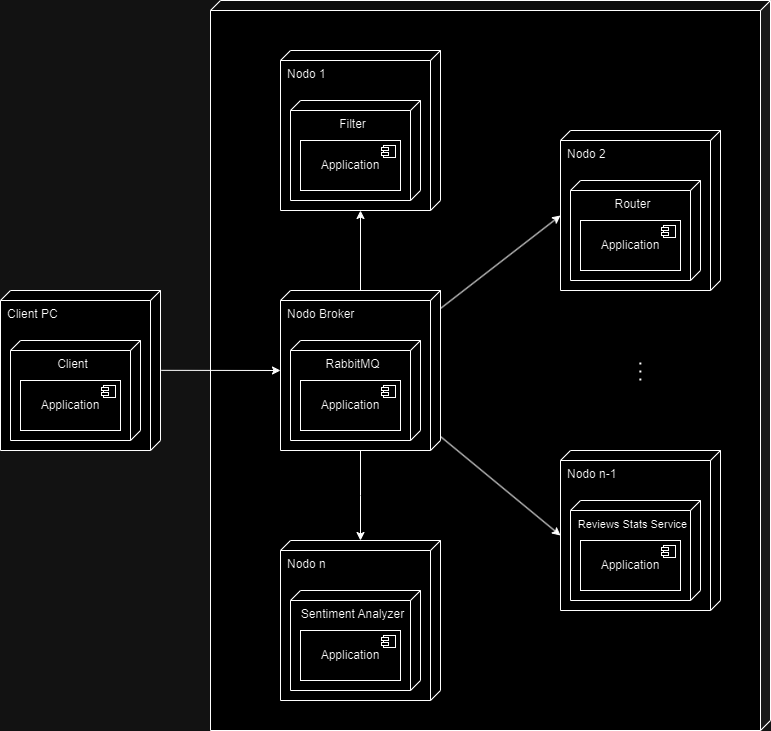
Above: images/diagrama_despliegue.png in clezious/sistemas-distribuidos-tp1 (draw.io), before the change. Source tidied: cells renumbered, new cells last; positions are measured from the earlier drawing's top-left corner, leaving out a move shared by most shapes.
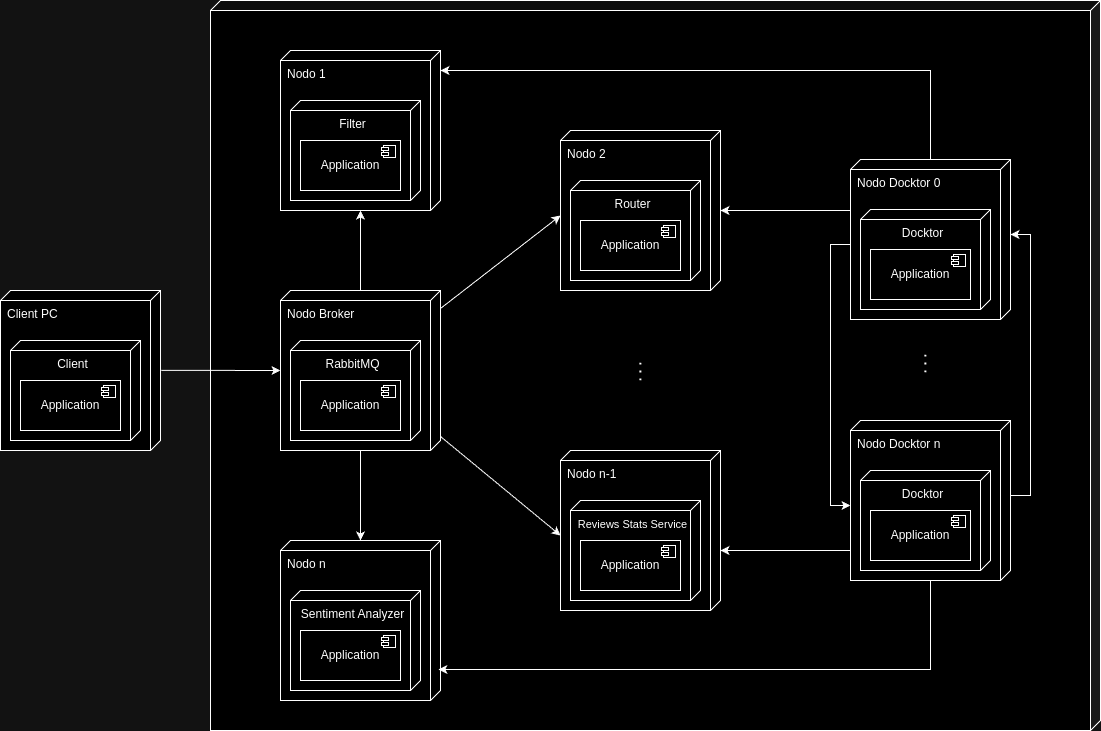
Above is the later version.

Diff of the diagram source:
```diff
@@ -2,8 +2,8 @@
   <root>
-    <mxCell id="0" />
-    <mxCell id="1" parent="0" />
-    <mxCell id="2" style="shape=cube;whiteSpace=wrap;html=1;boundedLbl=1;backgroundOutline=1;darkOpacity=0.05;darkOpacity2=0.1;size=10;flipH=1;" parent="1" vertex="1">
-      <mxGeometry x="210" width="560" height="730" as="geometry" />
-    </mxCell>
+    <mxCell id="63" />
+    <mxCell id="64" parent="63" />
+    <mxCell id="65" style="shape=cube;whiteSpace=wrap;html=1;boundedLbl=1;backgroundOutline=1;darkOpacity=0.05;darkOpacity2=0.1;size=10;flipH=1;" parent="64" vertex="1">
+      <mxGeometry x="210" width="890" height="730" as="geometry" />
+    </mxCell>
-    <mxCell id="3" style="group;" parent="1" vertex="1">
+    <mxCell id="3" style="group;" parent="64" vertex="1">
       <mxGeometry x="280" y="290" width="160" height="160" as="geometry" />
@@ -18,21 +18,21 @@
     </mxCell>
-    <mxCell id="6" style="group;" parent="4" vertex="1">
-      <mxGeometry x="20" y="90" width="100" height="50" as="geometry" />
-    </mxCell>
-    <mxCell id="7" value="Application" style="rounded=0;whiteSpace=wrap;html=1;" parent="6" vertex="1">
-      <mxGeometry width="100" height="50" as="geometry" />
-    </mxCell>
-    <mxCell id="8" style="group;" parent="6" vertex="1">
-      <mxGeometry x="81" y="5" width="14" height="12" as="geometry" />
-    </mxCell>
-    <mxCell id="9" style="rounded=0;whiteSpace=wrap;html=1;" parent="8" vertex="1">
-      <mxGeometry x="2" width="12" height="12" as="geometry" />
-    </mxCell>
-    <mxCell id="10" style="rounded=0;whiteSpace=wrap;html=1;" parent="8" vertex="1">
-      <mxGeometry y="7" width="7" height="3" as="geometry" />
-    </mxCell>
-    <mxCell id="11" style="rounded=0;whiteSpace=wrap;html=1;" parent="8" vertex="1">
-      <mxGeometry y="2" width="7" height="3" as="geometry" />
-    </mxCell>
+    <mxCell id="66" style="group;" parent="4" vertex="1">
+      <mxGeometry x="20" y="90" width="100" height="50" as="geometry" />
+    </mxCell>
+    <mxCell id="67" value="Application" style="rounded=0;whiteSpace=wrap;html=1;" parent="66" vertex="1">
+      <mxGeometry width="100" height="50" as="geometry" />
+    </mxCell>
+    <mxCell id="68" style="group;" parent="66" vertex="1">
+      <mxGeometry x="81" y="5" width="14" height="12" as="geometry" />
+    </mxCell>
+    <mxCell id="69" style="rounded=0;whiteSpace=wrap;html=1;" parent="68" vertex="1">
+      <mxGeometry x="2" width="12" height="12" as="geometry" />
+    </mxCell>
+    <mxCell id="70" style="rounded=0;whiteSpace=wrap;html=1;" parent="68" vertex="1">
+      <mxGeometry y="7" width="7" height="3" as="geometry" />
+    </mxCell>
+    <mxCell id="71" style="rounded=0;whiteSpace=wrap;html=1;" parent="68" vertex="1">
+      <mxGeometry y="2" width="7" height="3" as="geometry" />
+    </mxCell>
-    <mxCell id="12" style="group;" parent="1" vertex="1">
+    <mxCell id="12" style="group;" parent="64" vertex="1">
       <mxGeometry y="290" width="160" height="160" as="geometry" />
@@ -47,21 +47,21 @@
     </mxCell>
-    <mxCell id="15" style="group;" parent="13" vertex="1">
-      <mxGeometry x="20" y="90" width="100" height="50" as="geometry" />
-    </mxCell>
-    <mxCell id="16" value="Application" style="rounded=0;whiteSpace=wrap;html=1;" parent="15" vertex="1">
-      <mxGeometry width="100" height="50" as="geometry" />
-    </mxCell>
-    <mxCell id="17" style="group;" parent="15" vertex="1">
-      <mxGeometry x="81" y="5" width="14" height="12" as="geometry" />
-    </mxCell>
-    <mxCell id="18" style="rounded=0;whiteSpace=wrap;html=1;" parent="17" vertex="1">
-      <mxGeometry x="2" width="12" height="12" as="geometry" />
-    </mxCell>
-    <mxCell id="19" style="rounded=0;whiteSpace=wrap;html=1;" parent="17" vertex="1">
-      <mxGeometry y="7" width="7" height="3" as="geometry" />
-    </mxCell>
-    <mxCell id="20" style="rounded=0;whiteSpace=wrap;html=1;" parent="17" vertex="1">
-      <mxGeometry y="2" width="7" height="3" as="geometry" />
-    </mxCell>
+    <mxCell id="72" style="group;" parent="13" vertex="1">
+      <mxGeometry x="20" y="90" width="100" height="50" as="geometry" />
+    </mxCell>
+    <mxCell id="73" value="Application" style="rounded=0;whiteSpace=wrap;html=1;" parent="72" vertex="1">
+      <mxGeometry width="100" height="50" as="geometry" />
+    </mxCell>
+    <mxCell id="74" style="group;" parent="72" vertex="1">
+      <mxGeometry x="81" y="5" width="14" height="12" as="geometry" />
+    </mxCell>
+    <mxCell id="75" style="rounded=0;whiteSpace=wrap;html=1;" parent="74" vertex="1">
+      <mxGeometry x="2" width="12" height="12" as="geometry" />
+    </mxCell>
+    <mxCell id="76" style="rounded=0;whiteSpace=wrap;html=1;" parent="74" vertex="1">
+      <mxGeometry y="7" width="7" height="3" as="geometry" />
+    </mxCell>
+    <mxCell id="77" style="rounded=0;whiteSpace=wrap;html=1;" parent="74" vertex="1">
+      <mxGeometry y="2" width="7" height="3" as="geometry" />
+    </mxCell>
-    <mxCell id="21" style="group;" parent="1" vertex="1">
+    <mxCell id="21" style="group;" parent="64" vertex="1">
       <mxGeometry x="560" y="130" width="160" height="160" as="geometry" />
@@ -76,21 +76,21 @@
     </mxCell>
-    <mxCell id="24" style="group;" parent="22" vertex="1">
-      <mxGeometry x="20" y="90" width="100" height="50" as="geometry" />
-    </mxCell>
-    <mxCell id="25" value="Application" style="rounded=0;whiteSpace=wrap;html=1;" parent="24" vertex="1">
-      <mxGeometry width="100" height="50" as="geometry" />
-    </mxCell>
-    <mxCell id="26" style="group;" parent="24" vertex="1">
-      <mxGeometry x="81" y="5" width="14" height="12" as="geometry" />
-    </mxCell>
-    <mxCell id="27" style="rounded=0;whiteSpace=wrap;html=1;" parent="26" vertex="1">
-      <mxGeometry x="2" width="12" height="12" as="geometry" />
-    </mxCell>
-    <mxCell id="28" style="rounded=0;whiteSpace=wrap;html=1;" parent="26" vertex="1">
-      <mxGeometry y="7" width="7" height="3" as="geometry" />
-    </mxCell>
-    <mxCell id="29" style="rounded=0;whiteSpace=wrap;html=1;" parent="26" vertex="1">
-      <mxGeometry y="2" width="7" height="3" as="geometry" />
-    </mxCell>
+    <mxCell id="78" style="group;" parent="22" vertex="1">
+      <mxGeometry x="20" y="90" width="100" height="50" as="geometry" />
+    </mxCell>
+    <mxCell id="79" value="Application" style="rounded=0;whiteSpace=wrap;html=1;" parent="78" vertex="1">
+      <mxGeometry width="100" height="50" as="geometry" />
+    </mxCell>
+    <mxCell id="80" style="group;" parent="78" vertex="1">
+      <mxGeometry x="81" y="5" width="14" height="12" as="geometry" />
+    </mxCell>
+    <mxCell id="81" style="rounded=0;whiteSpace=wrap;html=1;" parent="80" vertex="1">
+      <mxGeometry x="2" width="12" height="12" as="geometry" />
+    </mxCell>
+    <mxCell id="82" style="rounded=0;whiteSpace=wrap;html=1;" parent="80" vertex="1">
+      <mxGeometry y="7" width="7" height="3" as="geometry" />
+    </mxCell>
+    <mxCell id="83" style="rounded=0;whiteSpace=wrap;html=1;" parent="80" vertex="1">
+      <mxGeometry y="2" width="7" height="3" as="geometry" />
+    </mxCell>
-    <mxCell id="30" style="group;" parent="1" vertex="1">
+    <mxCell id="30" style="group;" parent="64" vertex="1">
       <mxGeometry x="280" y="50" width="160" height="160" as="geometry" />
@@ -105,21 +105,21 @@
     </mxCell>
-    <mxCell id="33" style="group;" parent="31" vertex="1">
-      <mxGeometry x="20" y="90" width="100" height="50" as="geometry" />
-    </mxCell>
-    <mxCell id="34" value="Application" style="rounded=0;whiteSpace=wrap;html=1;" parent="33" vertex="1">
-      <mxGeometry width="100" height="50" as="geometry" />
-    </mxCell>
-    <mxCell id="35" style="group;" parent="33" vertex="1">
-      <mxGeometry x="81" y="5" width="14" height="12" as="geometry" />
-    </mxCell>
-    <mxCell id="36" style="rounded=0;whiteSpace=wrap;html=1;" parent="35" vertex="1">
-      <mxGeometry x="2" width="12" height="12" as="geometry" />
-    </mxCell>
-    <mxCell id="37" style="rounded=0;whiteSpace=wrap;html=1;" parent="35" vertex="1">
-      <mxGeometry y="7" width="7" height="3" as="geometry" />
-    </mxCell>
-    <mxCell id="38" style="rounded=0;whiteSpace=wrap;html=1;" parent="35" vertex="1">
-      <mxGeometry y="2" width="7" height="3" as="geometry" />
-    </mxCell>
+    <mxCell id="84" style="group;" parent="31" vertex="1">
+      <mxGeometry x="20" y="90" width="100" height="50" as="geometry" />
+    </mxCell>
+    <mxCell id="85" value="Application" style="rounded=0;whiteSpace=wrap;html=1;" parent="84" vertex="1">
+      <mxGeometry width="100" height="50" as="geometry" />
+    </mxCell>
+    <mxCell id="86" style="group;" parent="84" vertex="1">
+      <mxGeometry x="81" y="5" width="14" height="12" as="geometry" />
+    </mxCell>
+    <mxCell id="87" style="rounded=0;whiteSpace=wrap;html=1;" parent="86" vertex="1">
+      <mxGeometry x="2" width="12" height="12" as="geometry" />
+    </mxCell>
+    <mxCell id="88" style="rounded=0;whiteSpace=wrap;html=1;" parent="86" vertex="1">
+      <mxGeometry y="7" width="7" height="3" as="geometry" />
+    </mxCell>
+    <mxCell id="89" style="rounded=0;whiteSpace=wrap;html=1;" parent="86" vertex="1">
+      <mxGeometry y="2" width="7" height="3" as="geometry" />
+    </mxCell>
-    <mxCell id="39" style="group;" parent="1" vertex="1">
+    <mxCell id="39" style="group;" parent="64" vertex="1">
       <mxGeometry x="280" y="540" width="160" height="160" as="geometry" />
@@ -134,21 +134,21 @@
     </mxCell>
-    <mxCell id="42" style="group;" parent="40" vertex="1">
-      <mxGeometry x="20" y="90" width="100" height="50" as="geometry" />
-    </mxCell>
-    <mxCell id="43" value="Application" style="rounded=0;whiteSpace=wrap;html=1;" parent="42" vertex="1">
-      <mxGeometry width="100" height="50" as="geometry" />
-    </mxCell>
-    <mxCell id="44" style="group;" parent="42" vertex="1">
-      <mxGeometry x="81" y="5" width="14" height="12" as="geometry" />
-    </mxCell>
-    <mxCell id="45" style="rounded=0;whiteSpace=wrap;html=1;" parent="44" vertex="1">
-      <mxGeometry x="2" width="12" height="12" as="geometry" />
-    </mxCell>
-    <mxCell id="46" style="rounded=0;whiteSpace=wrap;html=1;" parent="44" vertex="1">
-      <mxGeometry y="7" width="7" height="3" as="geometry" />
-    </mxCell>
-    <mxCell id="47" style="rounded=0;whiteSpace=wrap;html=1;" parent="44" vertex="1">
-      <mxGeometry y="2" width="7" height="3" as="geometry" />
-    </mxCell>
+    <mxCell id="90" style="group;" parent="40" vertex="1">
+      <mxGeometry x="20" y="90" width="100" height="50" as="geometry" />
+    </mxCell>
+    <mxCell id="91" value="Application" style="rounded=0;whiteSpace=wrap;html=1;" parent="90" vertex="1">
+      <mxGeometry width="100" height="50" as="geometry" />
+    </mxCell>
+    <mxCell id="92" style="group;" parent="90" vertex="1">
+      <mxGeometry x="81" y="5" width="14" height="12" as="geometry" />
+    </mxCell>
+    <mxCell id="93" style="rounded=0;whiteSpace=wrap;html=1;" parent="92" vertex="1">
+      <mxGeometry x="2" width="12" height="12" as="geometry" />
+    </mxCell>
+    <mxCell id="94" style="rounded=0;whiteSpace=wrap;html=1;" parent="92" vertex="1">
+      <mxGeometry y="7" width="7" height="3" as="geometry" />
+    </mxCell>
+    <mxCell id="95" style="rounded=0;whiteSpace=wrap;html=1;" parent="92" vertex="1">
+      <mxGeometry y="2" width="7" height="3" as="geometry" />
+    </mxCell>
-    <mxCell id="48" style="group;" parent="1" vertex="1">
+    <mxCell id="48" style="group;" parent="64" vertex="1">
       <mxGeometry x="560" y="450" width="160" height="160" as="geometry" />
@@ -163,50 +163,150 @@
     </mxCell>
-    <mxCell id="51" style="group;" parent="49" vertex="1">
-      <mxGeometry x="20" y="90" width="100" height="50" as="geometry" />
-    </mxCell>
-    <mxCell id="52" value="Application" style="rounded=0;whiteSpace=wrap;html=1;" parent="51" vertex="1">
-      <mxGeometry width="100" height="50" as="geometry" />
-    </mxCell>
-    <mxCell id="53" style="group;" parent="51" vertex="1">
-      <mxGeometry x="81" y="5" width="14" height="12" as="geometry" />
-    </mxCell>
-    <mxCell id="54" style="rounded=0;whiteSpace=wrap;html=1;" parent="53" vertex="1">
-      <mxGeometry x="2" width="12" height="12" as="geometry" />
-    </mxCell>
-    <mxCell id="55" style="rounded=0;whiteSpace=wrap;html=1;" parent="53" vertex="1">
-      <mxGeometry y="7" width="7" height="3" as="geometry" />
-    </mxCell>
-    <mxCell id="56" style="rounded=0;whiteSpace=wrap;html=1;" parent="53" vertex="1">
-      <mxGeometry y="2" width="7" height="3" as="geometry" />
-    </mxCell>
-    <mxCell id="57" style="rounded=0;jettySize=auto;html=1;exitX=0.499;exitY=-0.005;exitDx=0;exitDy=0;exitPerimeter=0;" parent="1" edge="1" source="13">
-      <mxGeometry relative="1" as="geometry">
-        <mxPoint x="280" y="370" as="targetPoint" />
-      </mxGeometry>
-    </mxCell>
-    <mxCell id="58" style="edgeStyle=orthogonalEdgeStyle;rounded=0;jettySize=auto;html=1;" parent="1" edge="1" source="4">
-      <mxGeometry relative="1" as="geometry">
-        <mxPoint x="360" y="210" as="targetPoint" />
-        <Array as="points">
-          <mxPoint x="360" y="210" />
-        </Array>
-      </mxGeometry>
-    </mxCell>
-    <mxCell id="59" style="endArrow=none;dashed=1;html=1;dashPattern=1 3;strokeWidth=2;rounded=0;" parent="1" edge="1">
-      <mxGeometry relative="1" as="geometry">
-        <mxPoint x="639.9" y="380" as="sourcePoint" />
-        <mxPoint x="639.9" y="360" as="targetPoint" />
-      </mxGeometry>
-    </mxCell>
-    <mxCell id="60" style="edgeStyle=orthogonalEdgeStyle;rounded=0;jettySize=auto;html=1;" parent="1" edge="1" source="4">
-      <mxGeometry relative="1" as="geometry">
-        <mxPoint x="360" y="540" as="targetPoint" />
-      </mxGeometry>
-    </mxCell>
+    <mxCell id="96" style="group;" parent="49" vertex="1">
+      <mxGeometry x="20" y="90" width="100" height="50" as="geometry" />
+    </mxCell>
+    <mxCell id="97" value="Application" style="rounded=0;whiteSpace=wrap;html=1;" parent="96" vertex="1">
+      <mxGeometry width="100" height="50" as="geometry" />
+    </mxCell>
+    <mxCell id="98" style="group;" parent="96" vertex="1">
+      <mxGeometry x="81" y="5" width="14" height="12" as="geometry" />
+    </mxCell>
+    <mxCell id="99" style="rounded=0;whiteSpace=wrap;html=1;" parent="98" vertex="1">
+      <mxGeometry x="2" width="12" height="12" as="geometry" />
+    </mxCell>
+    <mxCell id="100" style="rounded=0;whiteSpace=wrap;html=1;" parent="98" vertex="1">
+      <mxGeometry y="7" width="7" height="3" as="geometry" />
+    </mxCell>
+    <mxCell id="101" style="rounded=0;whiteSpace=wrap;html=1;" parent="98" vertex="1">
+      <mxGeometry y="2" width="7" height="3" as="geometry" />
+    </mxCell>
+    <mxCell id="102" style="rounded=0;jettySize=auto;html=1;exitX=0.499;exitY=-0.005;exitDx=0;exitDy=0;exitPerimeter=0;" parent="64" edge="1" source="13">
+      <mxGeometry relative="1" as="geometry">
+        <mxPoint x="280" y="370" as="targetPoint" />
+      </mxGeometry>
+    </mxCell>
+    <mxCell id="103" style="edgeStyle=orthogonalEdgeStyle;rounded=0;jettySize=auto;html=1;" parent="64" edge="1" source="4">
+      <mxGeometry relative="1" as="geometry">
+        <mxPoint x="360" y="210" as="targetPoint" />
+        <Array as="points">
+          <mxPoint x="360" y="210" />
+        </Array>
+      </mxGeometry>
+    </mxCell>
+    <mxCell id="104" style="endArrow=none;dashed=1;html=1;dashPattern=1 3;strokeWidth=2;rounded=0;" parent="64" edge="1">
+      <mxGeometry relative="1" as="geometry">
+        <mxPoint x="639.9" y="380" as="sourcePoint" />
+        <mxPoint x="639.9" y="360" as="targetPoint" />
+      </mxGeometry>
+    </mxCell>
+    <mxCell id="105" style="edgeStyle=orthogonalEdgeStyle;rounded=0;jettySize=auto;html=1;" parent="64" edge="1" source="4">
+      <mxGeometry relative="1" as="geometry">
+        <mxPoint x="360" y="540" as="targetPoint" />
+      </mxGeometry>
+    </mxCell>
-    <mxCell id="61" style="edgeStyle=none;rounded=0;jettySize=auto;html=1;entryX=0;entryY=0;entryDx=85;entryDy=160;entryPerimeter=0;" parent="1" edge="1" source="4" target="22">
+    <mxCell id="61" style="edgeStyle=none;rounded=0;jettySize=auto;html=1;entryX=0;entryY=0;entryDx=85;entryDy=160;entryPerimeter=0;" parent="64" edge="1" source="4" target="22">
       <mxGeometry relative="1" as="geometry" />
     </mxCell>
-    <mxCell id="62" style="edgeStyle=none;rounded=0;jettySize=auto;html=1;entryX=0;entryY=0;entryDx=85;entryDy=160;entryPerimeter=0;" parent="1" edge="1" source="4" target="49">
+    <mxCell id="62" style="edgeStyle=none;rounded=0;jettySize=auto;html=1;entryX=0;entryY=0;entryDx=85;entryDy=160;entryPerimeter=0;" parent="64" edge="1" source="4" target="49">
       <mxGeometry relative="1" as="geometry" />
     </mxCell>
+    <mxCell id="106" style="group;" parent="64" vertex="1">
+      <mxGeometry x="850" y="159" width="160" height="160" as="geometry" />
+    </mxCell>
+    <mxCell id="107" value="Nodo Docktor 0" style="verticalAlign=top;align=left;shape=cube;size=10;direction=south;fontStyle=0;html=1;boundedLbl=1;spacingLeft=5;whiteSpace=wrap;" parent="106" vertex="1">
+      <mxGeometry width="160" height="160" as="geometry" />
+    </mxCell>
+    <mxCell id="108" value="Docktor" style="verticalAlign=top;align=center;shape=cube;size=10;direction=south;html=1;boundedLbl=1;spacingLeft=5;whiteSpace=wrap;" parent="107" vertex="1">
+      <mxGeometry width="130" height="100" relative="1" as="geometry">
+        <mxPoint x="10" y="50" as="offset" />
+      </mxGeometry>
+    </mxCell>
+    <mxCell id="109" style="group;" parent="107" vertex="1">
+      <mxGeometry x="20" y="90" width="100" height="50" as="geometry" />
+    </mxCell>
+    <mxCell id="110" value="Application" style="rounded=0;whiteSpace=wrap;html=1;" parent="109" vertex="1">
+      <mxGeometry width="100" height="50" as="geometry" />
+    </mxCell>
+    <mxCell id="111" style="group;" parent="109" vertex="1">
+      <mxGeometry x="81" y="5" width="14" height="12" as="geometry" />
+    </mxCell>
+    <mxCell id="112" style="rounded=0;whiteSpace=wrap;html=1;" parent="111" vertex="1">
+      <mxGeometry x="2" width="12" height="12" as="geometry" />
+    </mxCell>
+    <mxCell id="113" style="rounded=0;whiteSpace=wrap;html=1;" parent="111" vertex="1">
+      <mxGeometry y="7" width="7" height="3" as="geometry" />
+    </mxCell>
+    <mxCell id="114" style="rounded=0;whiteSpace=wrap;html=1;" parent="111" vertex="1">
+      <mxGeometry y="2" width="7" height="3" as="geometry" />
+    </mxCell>
+    <mxCell id="115" style="group;" parent="64" vertex="1">
+      <mxGeometry x="850" y="420" width="160" height="160" as="geometry" />
+    </mxCell>
+    <mxCell id="116" value="Nodo Docktor n" style="verticalAlign=top;align=left;shape=cube;size=10;direction=south;fontStyle=0;html=1;boundedLbl=1;spacingLeft=5;whiteSpace=wrap;" parent="115" vertex="1">
+      <mxGeometry width="160" height="160" as="geometry" />
+    </mxCell>
+    <mxCell id="117" value="Docktor" style="verticalAlign=top;align=center;shape=cube;size=10;direction=south;html=1;boundedLbl=1;spacingLeft=5;whiteSpace=wrap;" parent="116" vertex="1">
+      <mxGeometry width="130" height="100" relative="1" as="geometry">
+        <mxPoint x="10" y="50" as="offset" />
+      </mxGeometry>
+    </mxCell>
+    <mxCell id="118" style="group;" parent="116" vertex="1">
+      <mxGeometry x="20" y="90" width="100" height="50" as="geometry" />
+    </mxCell>
+    <mxCell id="119" value="Application" style="rounded=0;whiteSpace=wrap;html=1;" parent="118" vertex="1">
+      <mxGeometry width="100" height="50" as="geometry" />
+    </mxCell>
+    <mxCell id="120" style="group;" parent="118" vertex="1">
+      <mxGeometry x="81" y="5" width="14" height="12" as="geometry" />
+    </mxCell>
+    <mxCell id="121" style="rounded=0;whiteSpace=wrap;html=1;" parent="120" vertex="1">
+      <mxGeometry x="2" width="12" height="12" as="geometry" />
+    </mxCell>
+    <mxCell id="122" style="rounded=0;whiteSpace=wrap;html=1;" parent="120" vertex="1">
+      <mxGeometry y="7" width="7" height="3" as="geometry" />
+    </mxCell>
+    <mxCell id="123" style="rounded=0;whiteSpace=wrap;html=1;" parent="120" vertex="1">
+      <mxGeometry y="2" width="7" height="3" as="geometry" />
+    </mxCell>
+    <mxCell id="124" style="endArrow=none;dashed=1;html=1;dashPattern=1 3;strokeWidth=2;rounded=0;" parent="64" edge="1">
+      <mxGeometry relative="1" as="geometry">
+        <mxPoint x="924.9" y="372" as="sourcePoint" />
+        <mxPoint x="924.9" y="352" as="targetPoint" />
+      </mxGeometry>
+    </mxCell>
+    <mxCell id="125" style="edgeStyle=orthogonalEdgeStyle;rounded=0;jettySize=auto;html=1;" parent="64" edge="1" source="107" target="31">
+      <mxGeometry relative="1" as="geometry">
+        <Array as="points">
+          <mxPoint x="930" y="70" />
+        </Array>
+      </mxGeometry>
+    </mxCell>
+    <mxCell id="126" style="edgeStyle=orthogonalEdgeStyle;rounded=0;jettySize=auto;html=1;" parent="64" edge="1" source="107" target="22">
+      <mxGeometry relative="1" as="geometry">
+        <Array as="points">
+          <mxPoint x="810" y="210" />
+          <mxPoint x="810" y="210" />
+        </Array>
+      </mxGeometry>
+    </mxCell>
+    <mxCell id="127" style="edgeStyle=orthogonalEdgeStyle;rounded=0;jettySize=auto;html=1;entryX=0.806;entryY=0.013;entryDx=0;entryDy=0;entryPerimeter=0;" parent="64" edge="1" source="116" target="40">
+      <mxGeometry relative="1" as="geometry">
+        <Array as="points">
+          <mxPoint x="930" y="669" />
+        </Array>
+      </mxGeometry>
+    </mxCell>
+    <mxCell id="128" style="edgeStyle=orthogonalEdgeStyle;rounded=0;jettySize=auto;html=1;entryX=0.625;entryY=0;entryDx=0;entryDy=0;entryPerimeter=0;" parent="64" edge="1" source="116" target="49">
+      <mxGeometry relative="1" as="geometry">
+        <Array as="points">
+          <mxPoint x="830" y="550" />
+          <mxPoint x="830" y="550" />
+        </Array>
+      </mxGeometry>
+    </mxCell>
+    <mxCell id="129" style="edgeStyle=orthogonalEdgeStyle;rounded=0;jettySize=auto;html=1;entryX=0;entryY=0;entryDx=75;entryDy=0;entryPerimeter=0;exitX=0;exitY=0;exitDx=75;exitDy=0;exitPerimeter=0;" parent="64" edge="1" source="116" target="107">
+      <mxGeometry relative="1" as="geometry" />
+    </mxCell>
+    <mxCell id="130" style="edgeStyle=orthogonalEdgeStyle;rounded=0;jettySize=auto;html=1;entryX=0;entryY=0;entryDx=85;entryDy=160;entryPerimeter=0;exitX=0;exitY=0;exitDx=85;exitDy=160;exitPerimeter=0;" parent="64" edge="1" source="107" target="116">
+      <mxGeometry relative="1" as="geometry" />
+    </mxCell>
   </root>
```
